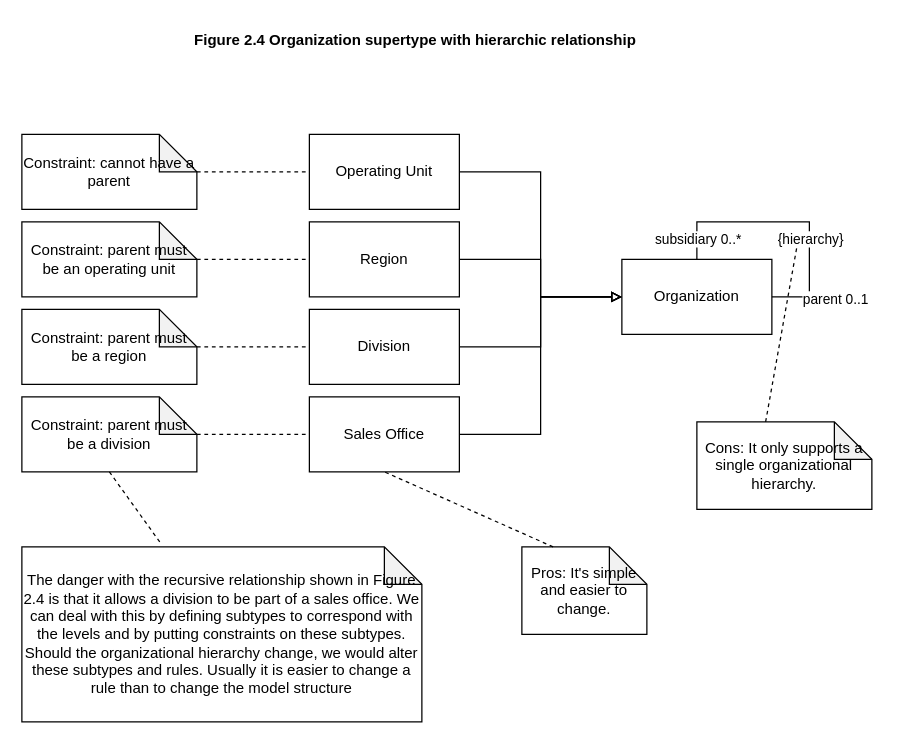
This is analysis-patterns-2-4-Organization-supertype-with-hierarchic-relationship.drawio from wubin28/analysis-patterns-diagrams-in-uml, a draw.io file, before an edit. Source tidied: cells renumbered, new cells numbered last; positions are measured from the earlier drawing's top-left corner, leaving out a move shared by most shapes. Both pictures are drawn from the tidied source at 125%, with x=0, y=0 at pixel (21, 21).
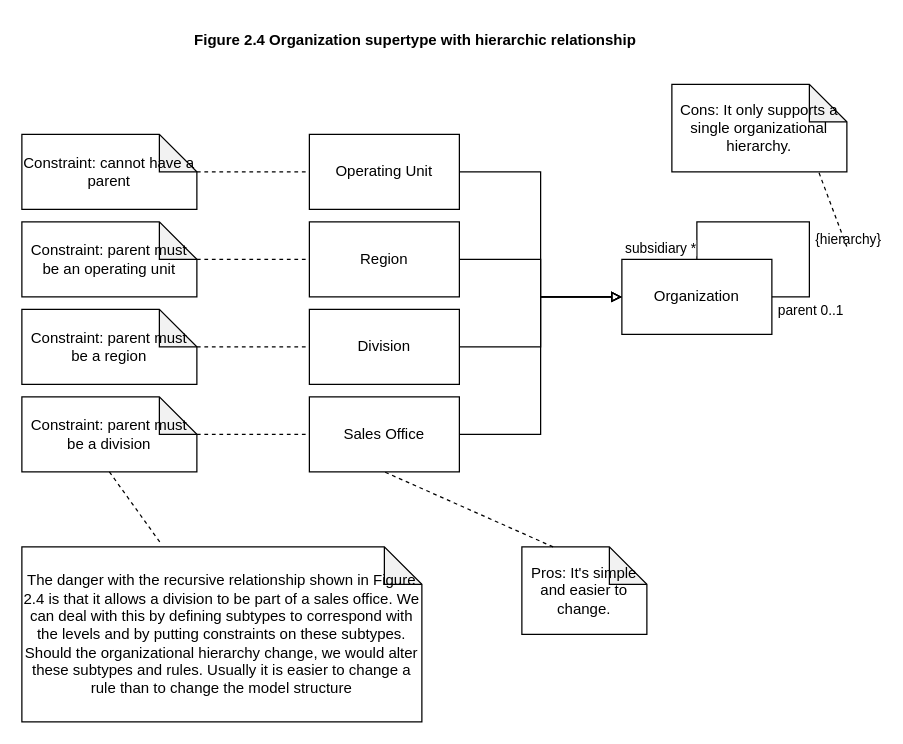
Above is the later version.

Commit message:
refactor: update multiplicities in figure 2.4

Unchanged cells that the change refers to:
```xml
<mxCell id="3" style="edgeStyle=orthogonalEdgeStyle;rounded=0;orthogonalLoop=1;jettySize=auto;html=1;endArrow=none;endFill=0;" parent="1" edge="1" source="2" target="2">
  <mxGeometry relative="1" as="geometry">
    <Array as="points">
      <mxPoint x="540" y="160" />
      <mxPoint x="630" y="160" />
      <mxPoint x="630" y="220" />
    </Array>
  </mxGeometry>
</mxCell>
```

The edit, as a diff of the source:
```diff
@@
-    <mxCell id="4" value="subsidiary 0..*" style="edgeLabel;html=1;align=center;verticalAlign=middle;" parent="3" vertex="1">
-      <mxGeometry x="-0.84" relative="1" as="geometry" />
+    <mxCell id="4" value="subsidiary *" style="edgeLabel;html=1;align=center;verticalAlign=middle;" parent="3" vertex="1">
+      <mxGeometry x="-0.84" relative="1" as="geometry">
+        <mxPoint x="-30" y="7" as="offset" />
+      </mxGeometry>
     </mxCell>
     <mxCell id="5" value="parent 0..1" style="edgeLabel;html=1;align=center;verticalAlign=middle;" parent="3" vertex="1">
       <mxGeometry x="0.84" y="1" relative="1" as="geometry">
-        <mxPoint x="33" as="offset" />
+        <mxPoint x="13" y="9" as="offset" />
       </mxGeometry>
     </mxCell>
     <mxCell id="6" value="{hierarchy}" style="edgeLabel;html=1;align=center;verticalAlign=middle;" parent="3" vertex="1">
-      <mxGeometry x="0.27" relative="1" as="geometry" />
+      <mxGeometry x="0.27" relative="1" as="geometry">
+        <mxPoint x="30" as="offset" />
+      </mxGeometry>
     </mxCell>
@@
     <mxCell id="28" value="Cons:&amp;nbsp;It only supports a single organizational hierarchy." style="shape=note;whiteSpace=wrap;html=1;backgroundOutline=1;darkOpacity=0.05;" parent="1" vertex="1">
-      <mxGeometry x="540" y="320" width="140" height="70" as="geometry" />
+      <mxGeometry x="520" y="50" width="140" height="70" as="geometry" />
     </mxCell>
-    <mxCell id="29" style="endArrow=none;dashed=1;html=1;rounded=0;exitX=0;exitY=0;exitDx=55;exitDy=0;exitPerimeter=0;" parent="1" edge="1" source="28">
+    <mxCell id="29" style="endArrow=none;dashed=1;html=1;rounded=0;exitX=0.841;exitY=1.011;exitDx=0;exitDy=0;exitPerimeter=0;" parent="1" edge="1" source="28">
       <mxGeometry relative="1" as="geometry">
-        <mxPoint x="620" y="180" as="targetPoint" />
+        <mxPoint x="660" y="180" as="targetPoint" />
       </mxGeometry>
     </mxCell>
```
